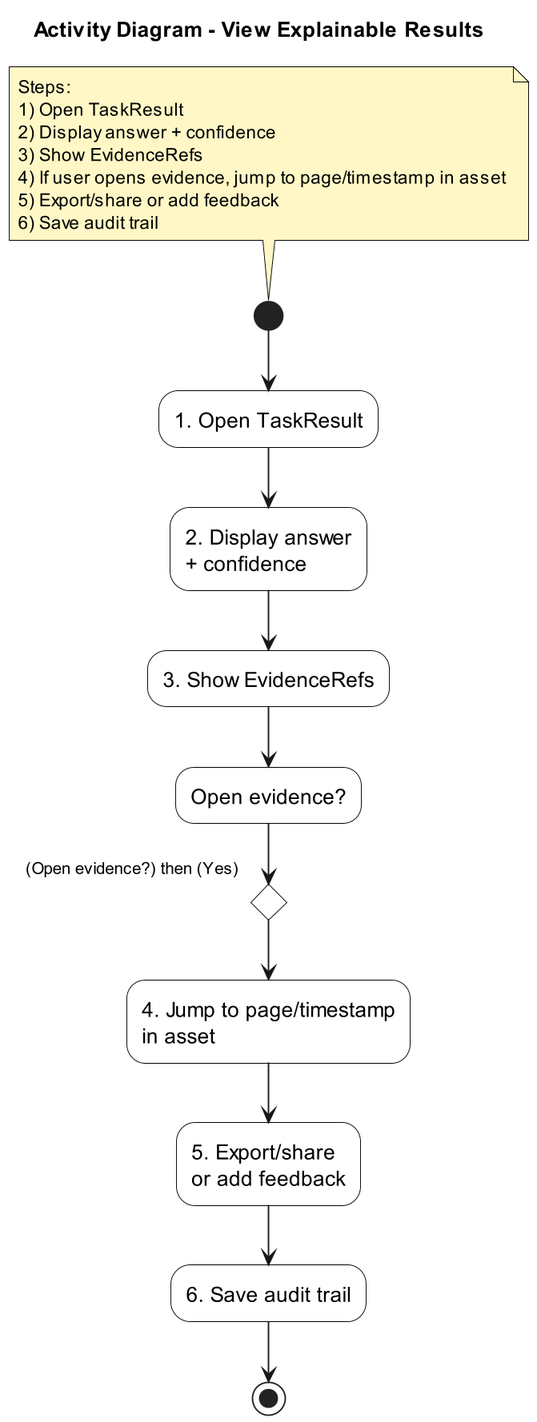
Before: Analysis/ActivityDiagram/View Explainable Results/View Explainable Results.png, a diagram exported from PlantUML (AnvayP1998/CSCI_6234_Spring_2026_G14).
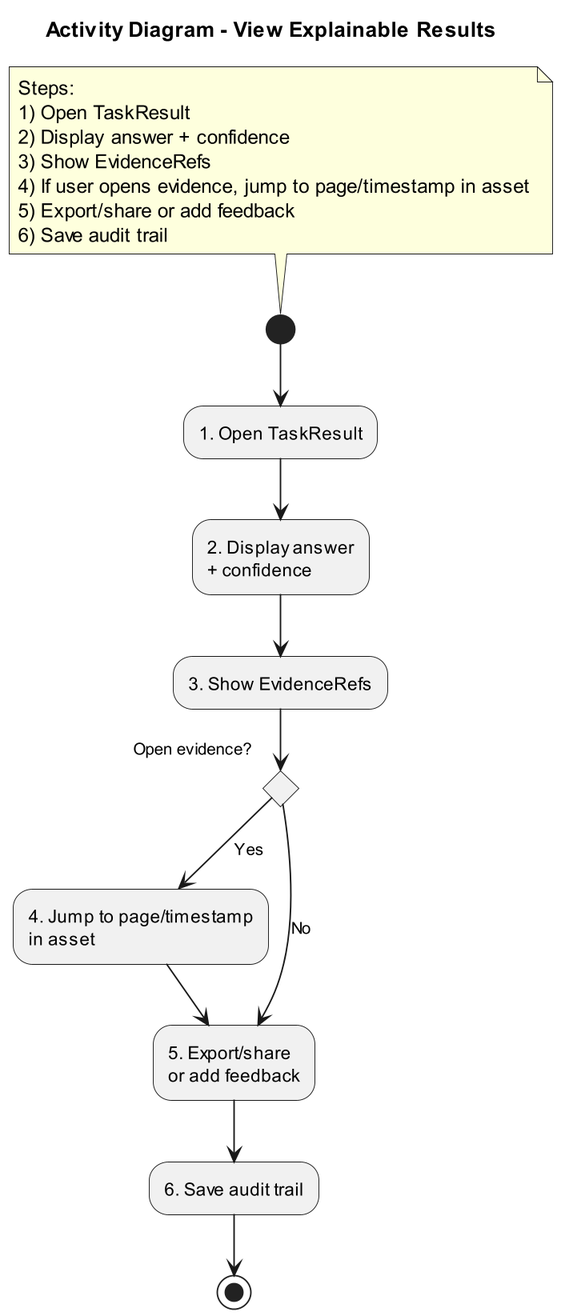
After the change.

Diff of the diagram source:
```diff
@@ -1,19 +1,8 @@
 @startuml
 title Activity Diagram - View Explainable Results
-top to bottom direction
 
 skinparam shadowing false
 skinparam dpi 180
-skinparam activity {
-  BackgroundColor White
-  BorderColor Black
-  FontSize 14
-}
-skinparam note {
-  BackgroundColor #FFF8C6
-  BorderColor Black
-  FontSize 12
-}
 
 note top
 Steps:
@@ -28,13 +17,14 @@
 (*) --> "1. Open TaskResult"
 --> "2. Display answer\n+ confidence"
 --> "3. Show EvidenceRefs"
---> "Open evidence?"
 
-if (Open evidence?) then (Yes)
-  --> "4. Jump to page/timestamp\nin asset"
+if "Open evidence?" then
+  -->[Yes] "4. Jump to page/timestamp\nin asset"
+  --> "5. Export/share\nor add feedback"
+else
+  -->[No] "5. Export/share\nor add feedback"
 endif
 
---> "5. Export/share\nor add feedback"
 --> "6. Save audit trail"
 --> (*)
 
```
